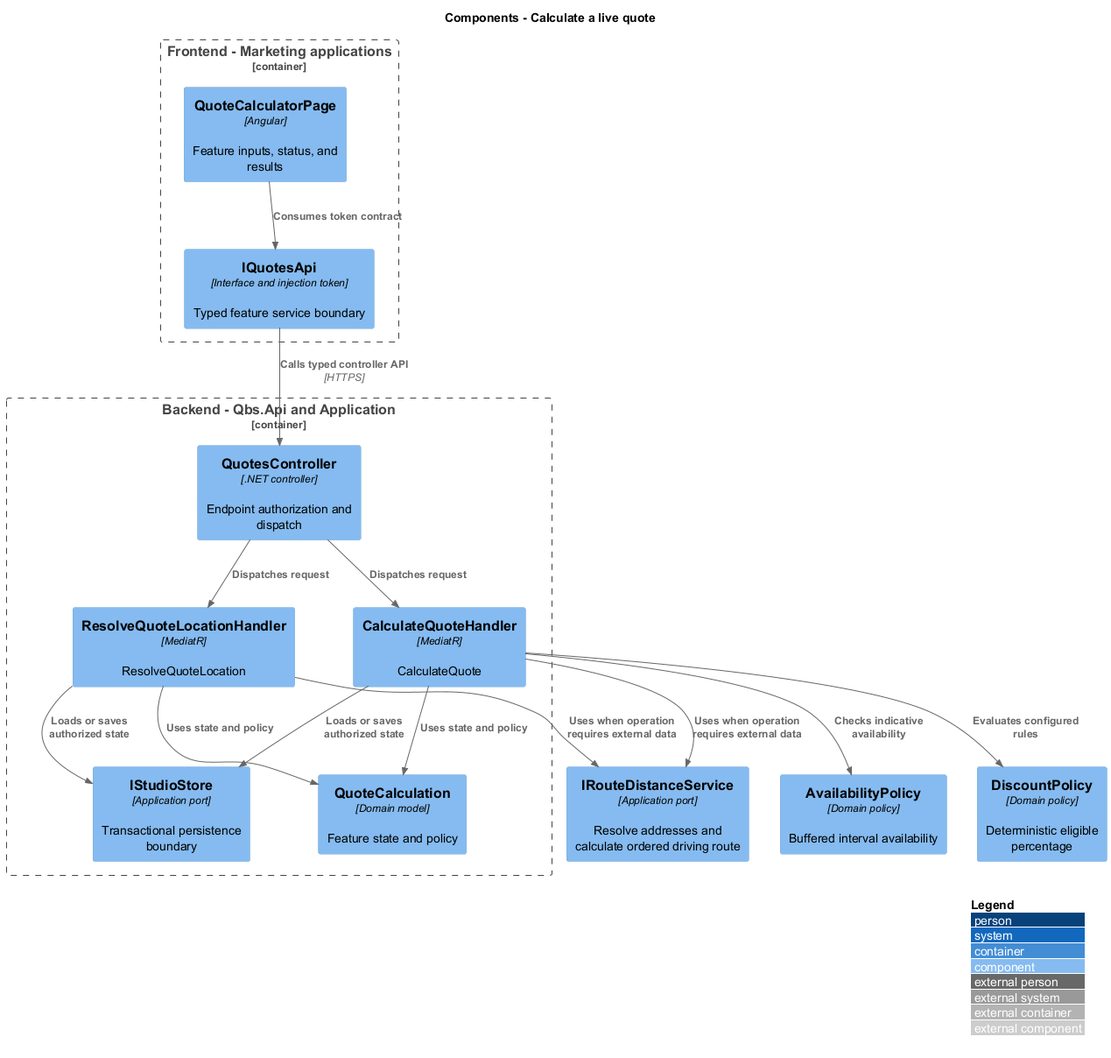
This is docs/detailed-designs/quotations/calculate-live-quote/diagrams/c4-component.png from QuinntyneBrown/quinntyne-brown-studio, a PlantUML export, as it was before one commit.
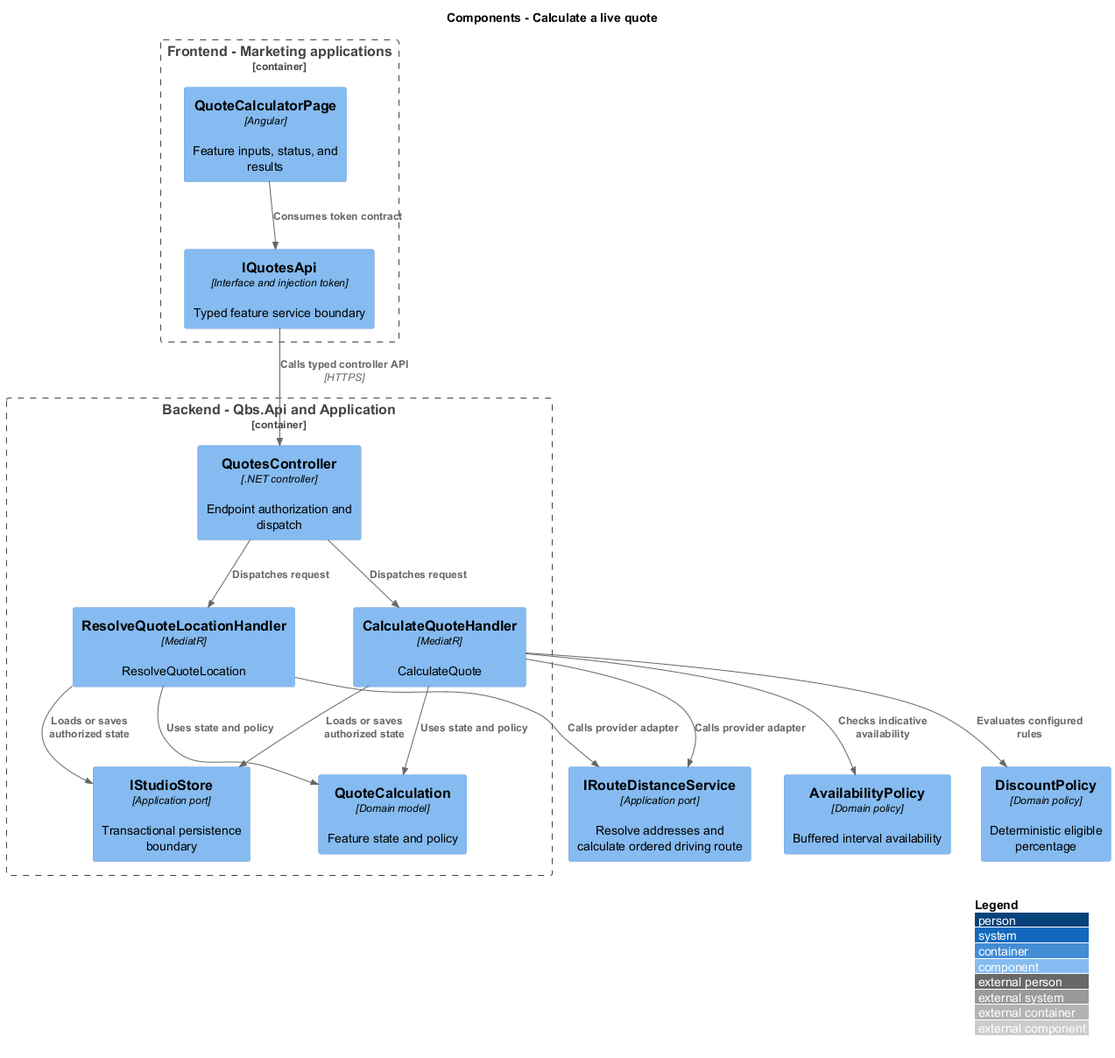
The same file after the commit.

Diff of the diagram source:
```diff
@@ -22,8 +22,8 @@
 Rel(handler1, entity, "Uses state and policy")
 Rel(handler1, store, "Loads or saves authorized state")
 Component(ext, "IRouteDistanceService", "Application port", "Resolve addresses and calculate ordered driving route")
-Rel(handler0, ext, "Uses when operation requires external data")
-Rel(handler1, ext, "Uses when operation requires external data")
+Rel(handler0, ext, "Calls provider adapter")
+Rel(handler1, ext, "Calls provider adapter")
 Component(discount, "DiscountPolicy", "Domain policy", "Deterministic eligible percentage")
 Component(availability, "AvailabilityPolicy", "Domain policy", "Buffered interval availability")
 Rel(handler0, discount, "Evaluates configured rules")
```
